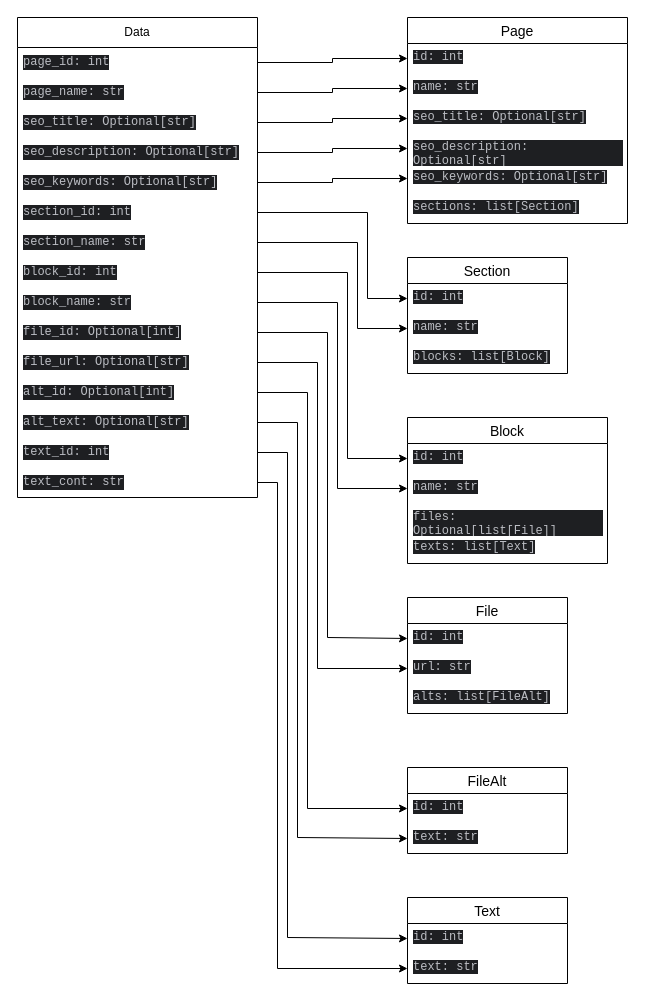
This is page "serialize" (2 of 2) of vencon.drawio from KmvRoman/Diagrams, a draw.io file, before an edit. Source tidied: cells renumbered, new cells numbered last; positions are measured from the earlier drawing's top-left corner, leaving out a move shared by most shapes. Both pictures are drawn from the tidied source at 100%, with x=0, y=0 at pixel (17, 17).
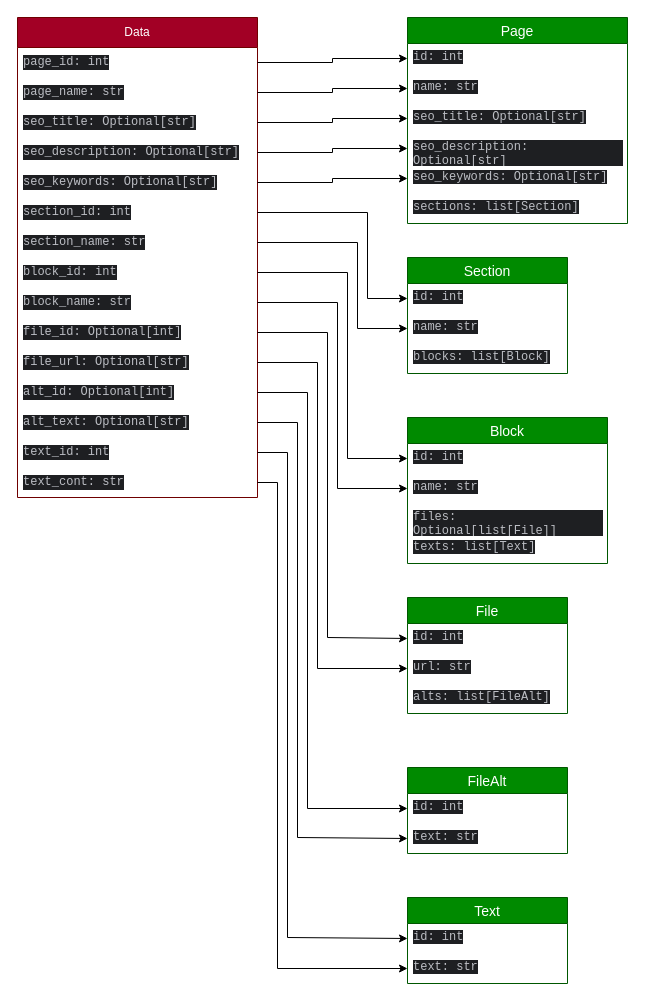
After the change.

What changed in the source:
```diff
@@
-    <mxCell id="2" value="Page" style="swimlane;fontStyle=0;horizontal=1;startSize=26;align=center;fontSize=14;" parent="1" vertex="1">
+    <mxCell id="2" value="Page" style="swimlane;fontStyle=0;horizontal=1;startSize=26;align=center;fontSize=14;fillColor=#008a00;fontColor=#ffffff;strokeColor=#005700;" parent="1" vertex="1">
       <mxGeometry x="390" width="220" height="206" as="geometry" />
     </mxCell>
@@
-    <mxCell id="9" value="Section" style="swimlane;fontStyle=0;horizontal=1;startSize=26;align=center;fontSize=14;" parent="1" vertex="1">
+    <mxCell id="9" value="Section" style="swimlane;fontStyle=0;horizontal=1;startSize=26;align=center;fontSize=14;fillColor=#008a00;fontColor=#ffffff;strokeColor=#005700;" parent="1" vertex="1">
       <mxGeometry x="390" y="240" width="160" height="116" as="geometry" />
     </mxCell>
@@
-    <mxCell id="13" value="Block" style="swimlane;fontStyle=0;horizontal=1;startSize=26;align=center;fontSize=14;" parent="1" vertex="1">
+    <mxCell id="13" value="Block" style="swimlane;fontStyle=0;horizontal=1;startSize=26;align=center;fontSize=14;fillColor=#008a00;fontColor=#ffffff;strokeColor=#005700;" parent="1" vertex="1">
       <mxGeometry x="390" y="400" width="200" height="146" as="geometry" />
     </mxCell>
@@
-    <mxCell id="18" value="Text" style="swimlane;fontStyle=0;horizontal=1;startSize=26;align=center;fontSize=14;" parent="1" vertex="1">
+    <mxCell id="18" value="Text" style="swimlane;fontStyle=0;horizontal=1;startSize=26;align=center;fontSize=14;fillColor=#008a00;fontColor=#ffffff;strokeColor=#005700;" parent="1" vertex="1">
       <mxGeometry x="390" y="880" width="160" height="86" as="geometry" />
     </mxCell>
@@
-    <mxCell id="21" value="File" style="swimlane;fontStyle=0;horizontal=1;startSize=26;align=center;fontSize=14;" parent="1" vertex="1">
+    <mxCell id="21" value="File" style="swimlane;fontStyle=0;horizontal=1;startSize=26;align=center;fontSize=14;fillColor=#008a00;fontColor=#ffffff;strokeColor=#005700;" parent="1" vertex="1">
       <mxGeometry x="390" y="580" width="160" height="116" as="geometry" />
     </mxCell>
@@
-    <mxCell id="25" value="FileAlt" style="swimlane;fontStyle=0;horizontal=1;startSize=26;align=center;fontSize=14;" parent="1" vertex="1">
+    <mxCell id="25" value="FileAlt" style="swimlane;fontStyle=0;horizontal=1;startSize=26;align=center;fontSize=14;fillColor=#008a00;fontColor=#ffffff;strokeColor=#005700;" parent="1" vertex="1">
       <mxGeometry x="390" y="750" width="160" height="86" as="geometry" />
     </mxCell>
@@
-    <mxCell id="28" value="Data" style="swimlane;fontStyle=0;horizontal=1;startSize=30;whiteSpace=wrap;html=1;" parent="1" vertex="1">
+    <mxCell id="28" value="Data" style="swimlane;fontStyle=0;horizontal=1;startSize=30;whiteSpace=wrap;html=1;fillColor=#a20025;fontColor=#ffffff;strokeColor=#6F0000;" parent="1" vertex="1">
       <mxGeometry width="240" height="480" as="geometry" />
     </mxCell>
```
